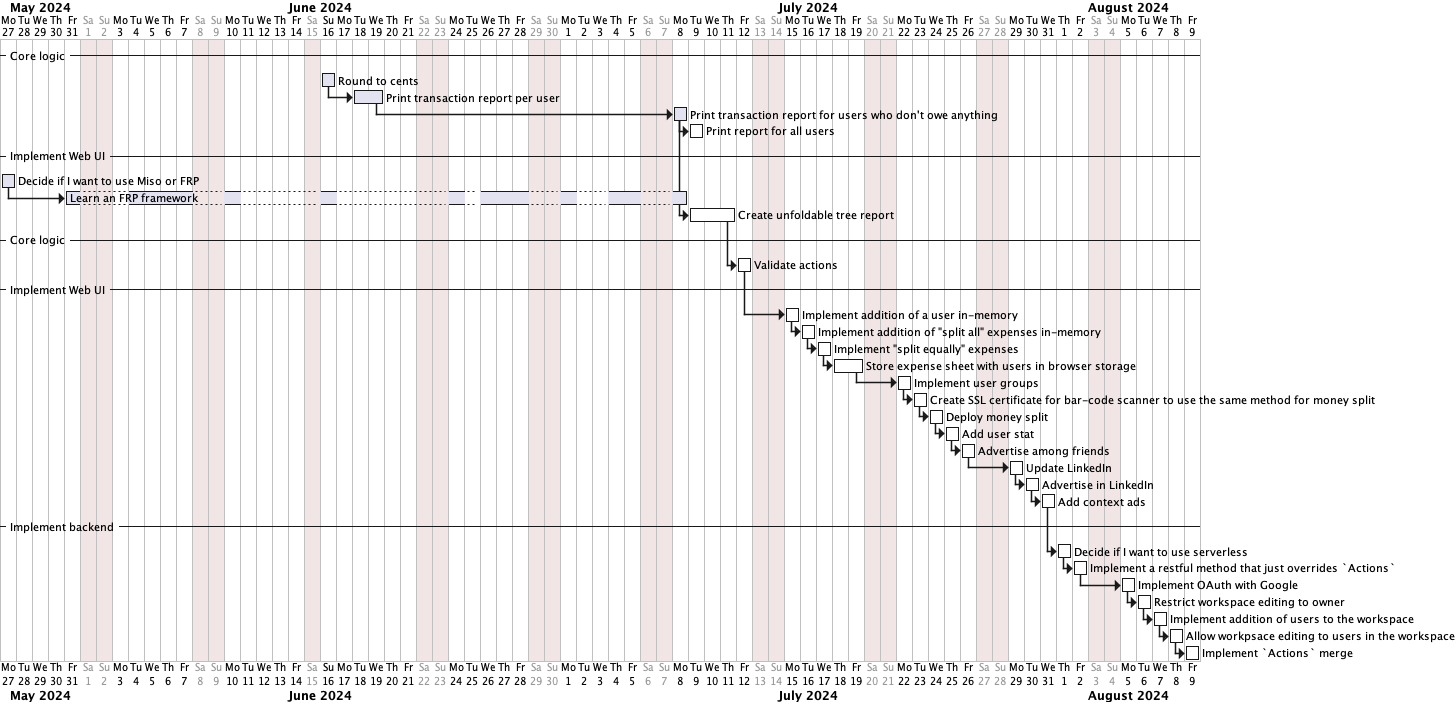
Above: plan.png in tellary/split (PlantUML), before the change.
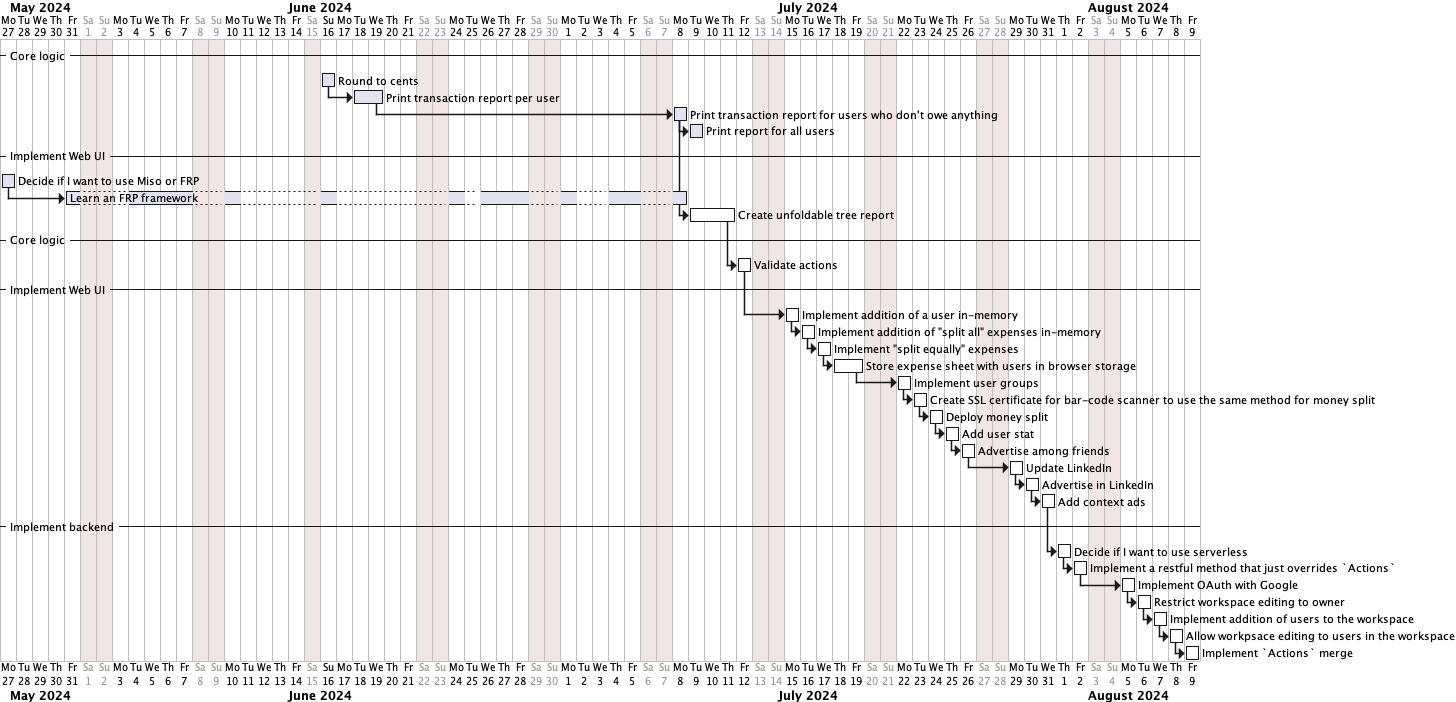
After the commit.

What changed in the source:
```diff
@@ -29,6 +29,7 @@
 [Learn an FRP framework] pauses on 2024-06-25
 [Learn an FRP framework] pauses on 2024-07-02
 [Learn an FRP framework] pauses on 2024-07-03
+then [Print report for all users] is 100% completed
 [Create unfoldable tree report] is 0% completed and starts on 2024-07-09
 [Create unfoldable tree report] starts at [Print transaction report for users who don't owe anything]'s end and is 0% completed and requires 3 days
 
```
